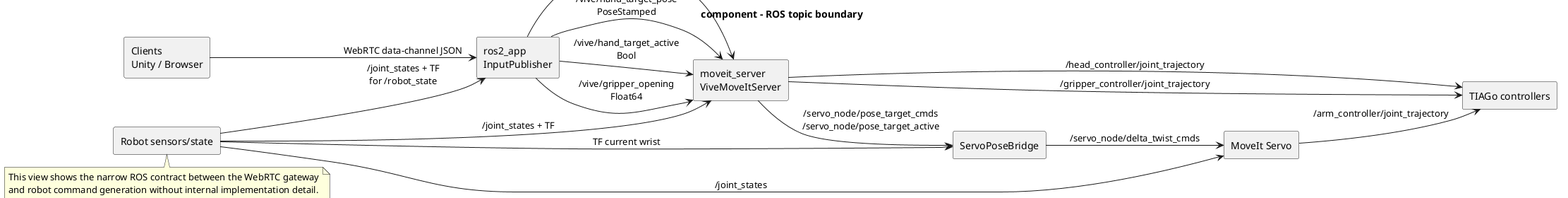
ichores-research/vive_teleop keeps this PlantUML diagram as docs/architecture/component/ros-topic-boundary.png. Above is the earlier version. Its diagram source:
```plantuml
@startuml
!pragma layout smetana
title component - ROS topic boundary

left to right direction
skinparam componentStyle rectangle
skinparam shadowing false
skinparam defaultFontName Monospace
skinparam linetype ortho

component "Clients\nUnity / Browser" as Clients
component "ros2_app\nInputPublisher" as InputPublisher
component "moveit_server\nViveMoveItServer" as Teleop
component "ServoPoseBridge" as Bridge
component "MoveIt Servo" as Servo
component "TIAGo controllers" as Controllers
component "Robot sensors/state" as Sensors

Clients --> InputPublisher : WebRTC data-channel JSON

Sensors --> InputPublisher : /joint_states + TF\nfor /robot_state
Sensors --> Teleop : /joint_states + TF
Sensors --> Servo : /joint_states
Sensors --> Bridge : TF current wrist

InputPublisher --> Teleop : /vive/head_pose\nPoseStamped
InputPublisher --> Teleop : /vive/hand_target_pose\nPoseStamped
InputPublisher --> Teleop : /vive/hand_target_active\nBool
InputPublisher --> Teleop : /vive/gripper_opening\nFloat64

Teleop --> Controllers : /head_controller/joint_trajectory
Teleop --> Controllers : /gripper_controller/joint_trajectory
Teleop --> Bridge : /servo_node/pose_target_cmds\n/servo_node/pose_target_active
Bridge --> Servo : /servo_node/delta_twist_cmds
Servo --> Controllers : /arm_controller/joint_trajectory

note bottom
  This view shows the narrow ROS contract between the WebRTC gateway
  and robot command generation without internal implementation detail.
end note

@enduml
```
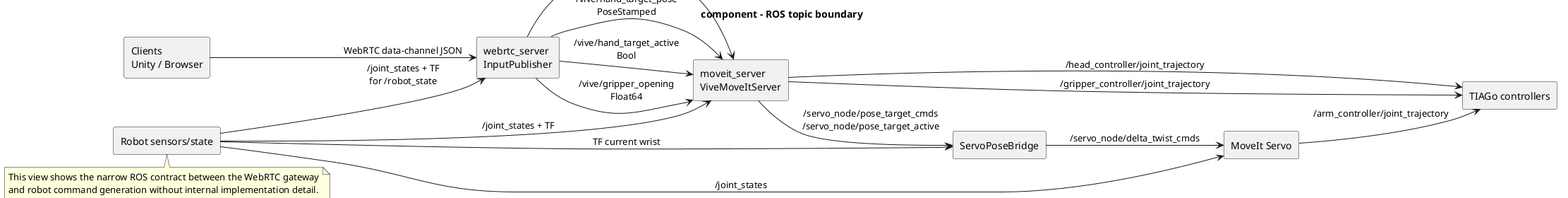
Above is the later version.

The edit, as a diff of the source:
```diff
@@ -9,7 +9,7 @@
 skinparam linetype ortho
 
 component "Clients\nUnity / Browser" as Clients
-component "ros2_app\nInputPublisher" as InputPublisher
+component "webrtc_server\nInputPublisher" as InputPublisher
 component "moveit_server\nViveMoveItServer" as Teleop
 component "ServoPoseBridge" as Bridge
 component "MoveIt Servo" as Servo
```
